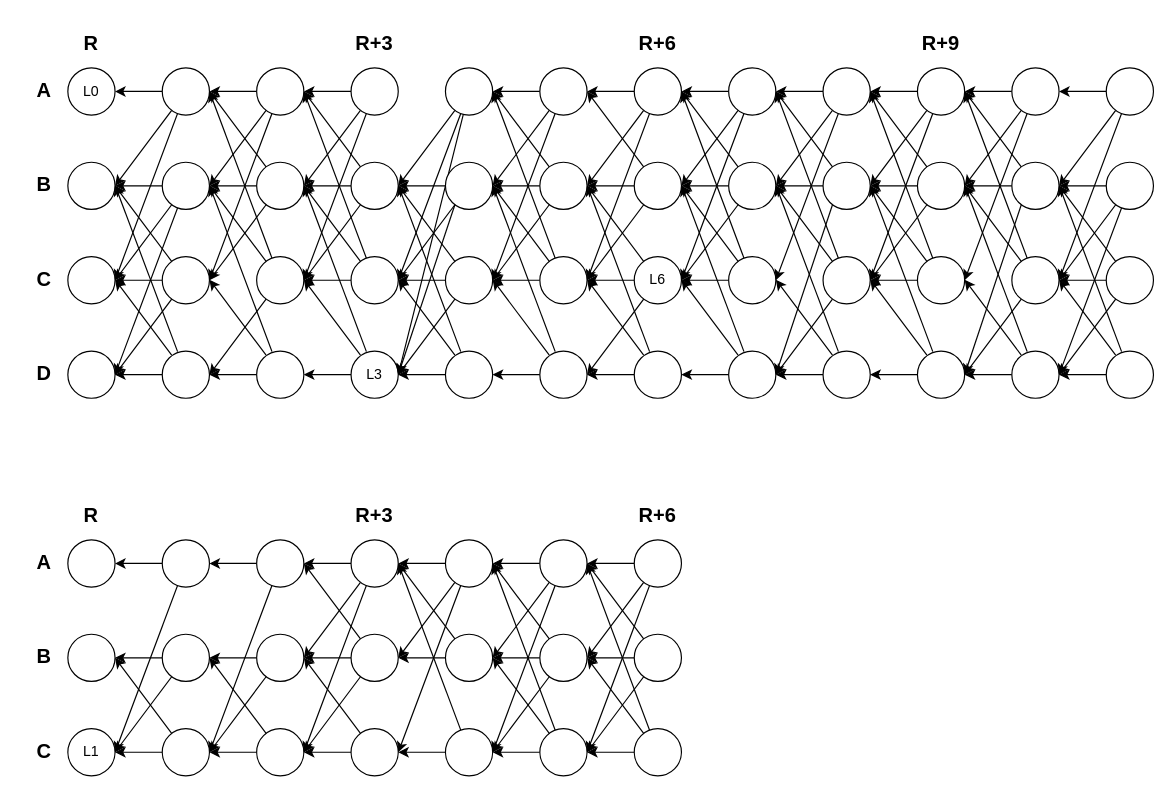
Before: Untitled Diagram.drawio in asonnino/various-diagrams, a draw.io diagram. Source tidied: cells renumbered, new cells numbered last; positions are measured from the earlier drawing's top-left corner, leaving out a move shared by most shapes. Both pictures are drawn from the tidied source at 118%, with x=0, y=0 at pixel (20, 20).
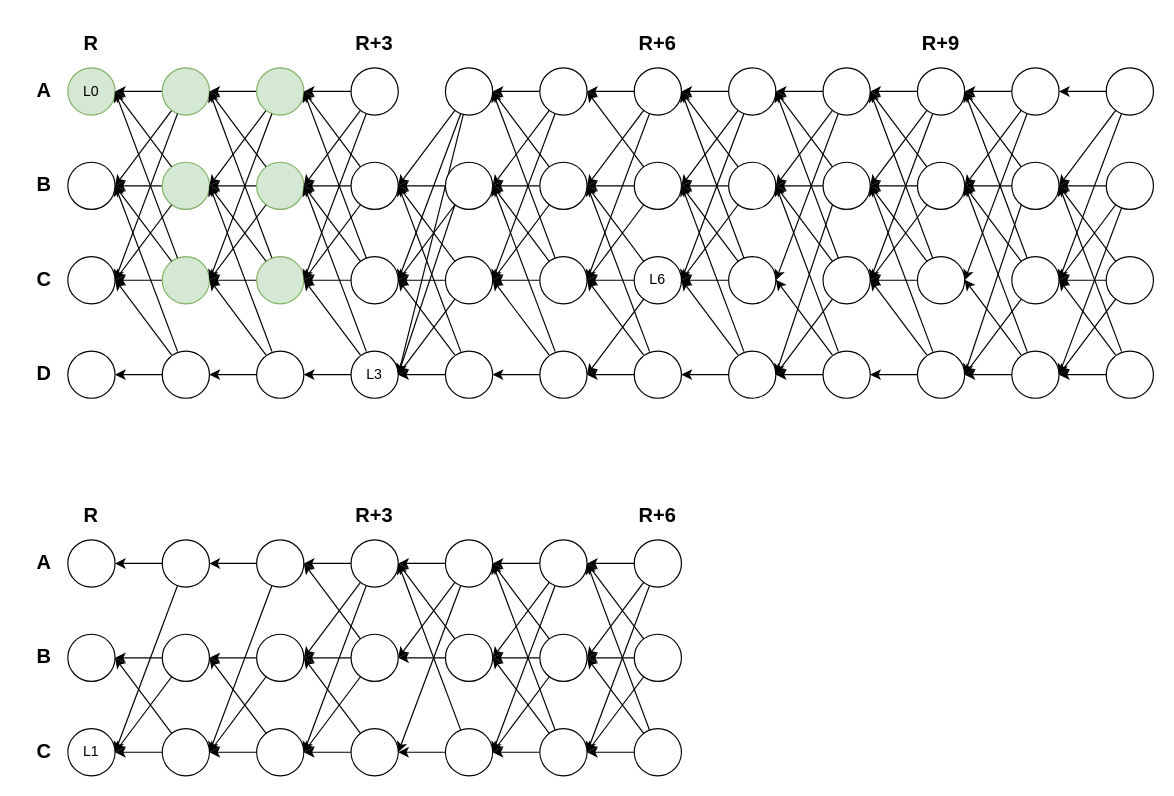
The same page after the edit.

Unchanged cells that the change refers to:
```xml
<mxCell id="8" style="ellipse;whiteSpace=wrap;html=1;" parent="1" vertex="1">
  <mxGeometry x="40" y="280" width="40" height="40" as="geometry" />
</mxCell>
<mxCell id="18" style="ellipse;whiteSpace=wrap;html=1;" parent="1" vertex="1">
  <mxGeometry x="120" y="280" width="40" height="40" as="geometry" />
</mxCell>
```

What changed in the source:
```diff
@@
-    <mxCell id="2" value="L0" style="ellipse;whiteSpace=wrap;html=1;" parent="1" vertex="1">
+    <mxCell id="2" value="L0" style="ellipse;whiteSpace=wrap;html=1;fillColor=#d5e8d4;strokeColor=#82b366;" parent="1" vertex="1">
       <mxGeometry x="40" y="40" width="40" height="40" as="geometry" />
     </mxCell>
@@
-    <mxCell id="12" style="ellipse;whiteSpace=wrap;html=1;" parent="1" vertex="1">
+    <mxCell id="12" style="ellipse;whiteSpace=wrap;html=1;fillColor=#d5e8d4;strokeColor=#82b366;" parent="1" vertex="1">
       <mxGeometry x="120" y="40" width="40" height="40" as="geometry" />
     </mxCell>
@@
-    <mxCell id="14" style="ellipse;whiteSpace=wrap;html=1;" parent="1" vertex="1">
+    <mxCell id="14" style="ellipse;whiteSpace=wrap;html=1;fillColor=#d5e8d4;strokeColor=#82b366;" parent="1" vertex="1">
       <mxGeometry x="120" y="120" width="40" height="40" as="geometry" />
     </mxCell>
@@
-    <mxCell id="16" style="ellipse;whiteSpace=wrap;html=1;" parent="1" vertex="1">
+    <mxCell id="16" style="ellipse;whiteSpace=wrap;html=1;fillColor=#d5e8d4;strokeColor=#82b366;" parent="1" vertex="1">
       <mxGeometry x="120" y="200" width="40" height="40" as="geometry" />
     </mxCell>
@@
-    <mxCell id="24" style="rounded=0;jettySize=auto;html=1;entryX=1;entryY=0.5;entryDx=0;entryDy=0;" parent="1" edge="1" source="14" target="8">
+    <mxCell id="24" style="rounded=0;jettySize=auto;html=1;entryX=1;entryY=0.5;entryDx=0;entryDy=0;" parent="1" edge="1" source="14" target="2">
       <mxGeometry relative="1" as="geometry" />
     </mxCell>
-    <mxCell id="25" style="rounded=0;jettySize=auto;html=1;entryX=1;entryY=0.5;entryDx=0;entryDy=0;" parent="1" edge="1" source="16" target="8">
-      <mxGeometry relative="1" as="geometry" />
+    <mxCell id="25" style="rounded=0;jettySize=auto;html=1;" parent="1" edge="1" source="16">
+      <mxGeometry relative="1" as="geometry">
+        <mxPoint x="80" y="60" as="targetPoint" />
+      </mxGeometry>
     </mxCell>
@@
-    <mxCell id="31" style="ellipse;whiteSpace=wrap;html=1;" parent="1" vertex="1">
+    <mxCell id="31" style="ellipse;whiteSpace=wrap;html=1;fillColor=#d5e8d4;strokeColor=#82b366;" parent="1" vertex="1">
       <mxGeometry x="200" y="40" width="40" height="40" as="geometry" />
     </mxCell>
@@
-    <mxCell id="33" style="ellipse;whiteSpace=wrap;html=1;" parent="1" vertex="1">
+    <mxCell id="33" style="ellipse;whiteSpace=wrap;html=1;fillColor=#d5e8d4;strokeColor=#82b366;" parent="1" vertex="1">
       <mxGeometry x="200" y="120" width="40" height="40" as="geometry" />
     </mxCell>
-    <mxCell id="34" style="rounded=0;jettySize=auto;html=1;entryX=1;entryY=0.5;entryDx=0;entryDy=0;" parent="1" edge="1" source="35" target="18">
+    <mxCell id="34" style="rounded=0;jettySize=auto;html=1;entryX=1;entryY=0.5;entryDx=0;entryDy=0;" parent="1" edge="1" source="35" target="16">
       <mxGeometry relative="1" as="geometry" />
     </mxCell>
-    <mxCell id="35" style="ellipse;whiteSpace=wrap;html=1;" parent="1" vertex="1">
+    <mxCell id="35" style="ellipse;whiteSpace=wrap;html=1;fillColor=#d5e8d4;strokeColor=#82b366;" parent="1" vertex="1">
       <mxGeometry x="200" y="200" width="40" height="40" as="geometry" />
     </mxCell>
```
